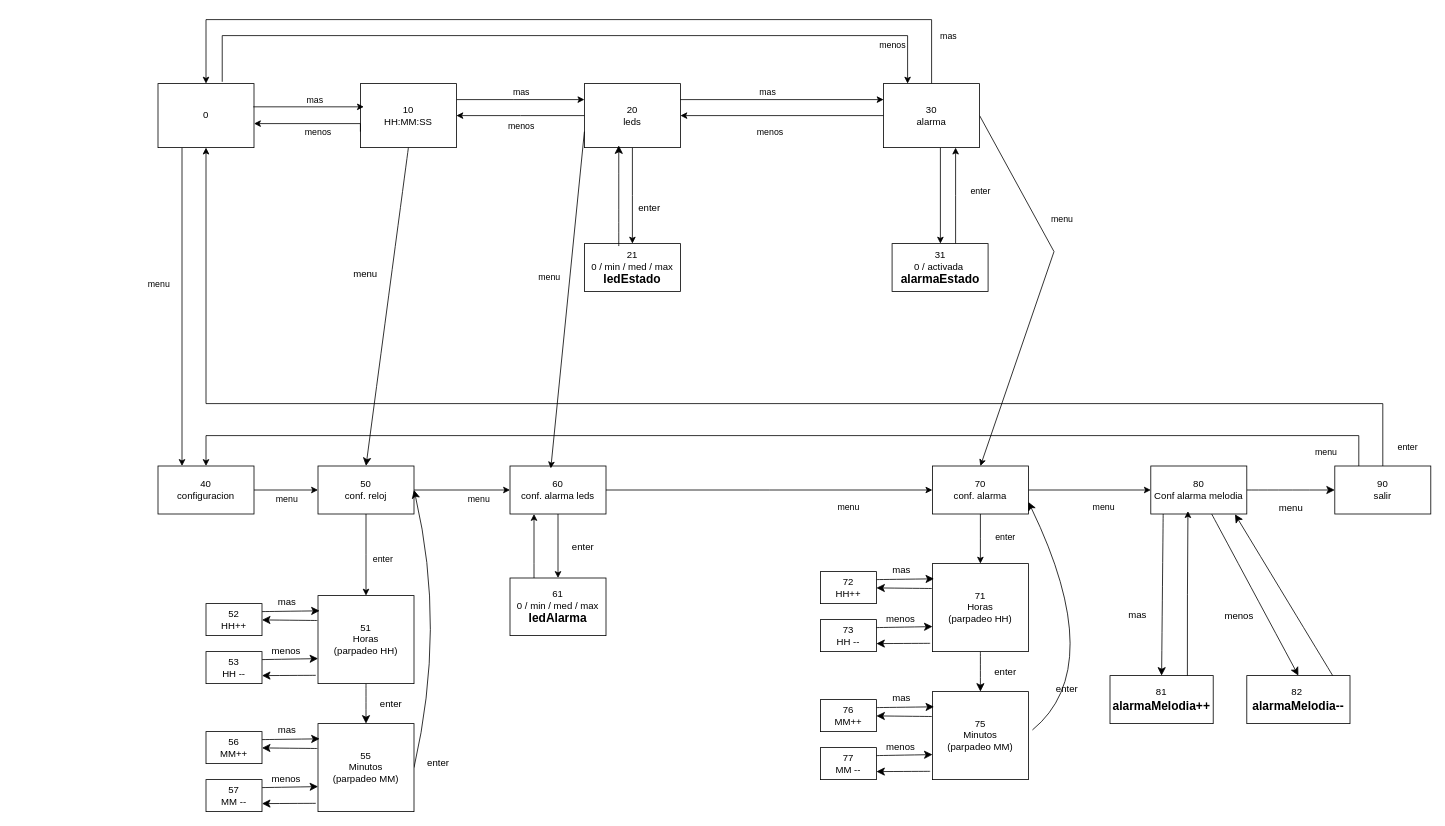
This is page "menu - maqEstados" (3 of 3) of despertadorSolar.drawio from jormiDev/despertadorSolar, a draw.io file, before an edit. Source tidied: cells renumbered, new cells numbered last; positions are measured from the earlier drawing's top-left corner, leaving out a move shared by most shapes. Both pictures are drawn from the tidied source at 80%, with x=0, y=0 at pixel (158, 19).
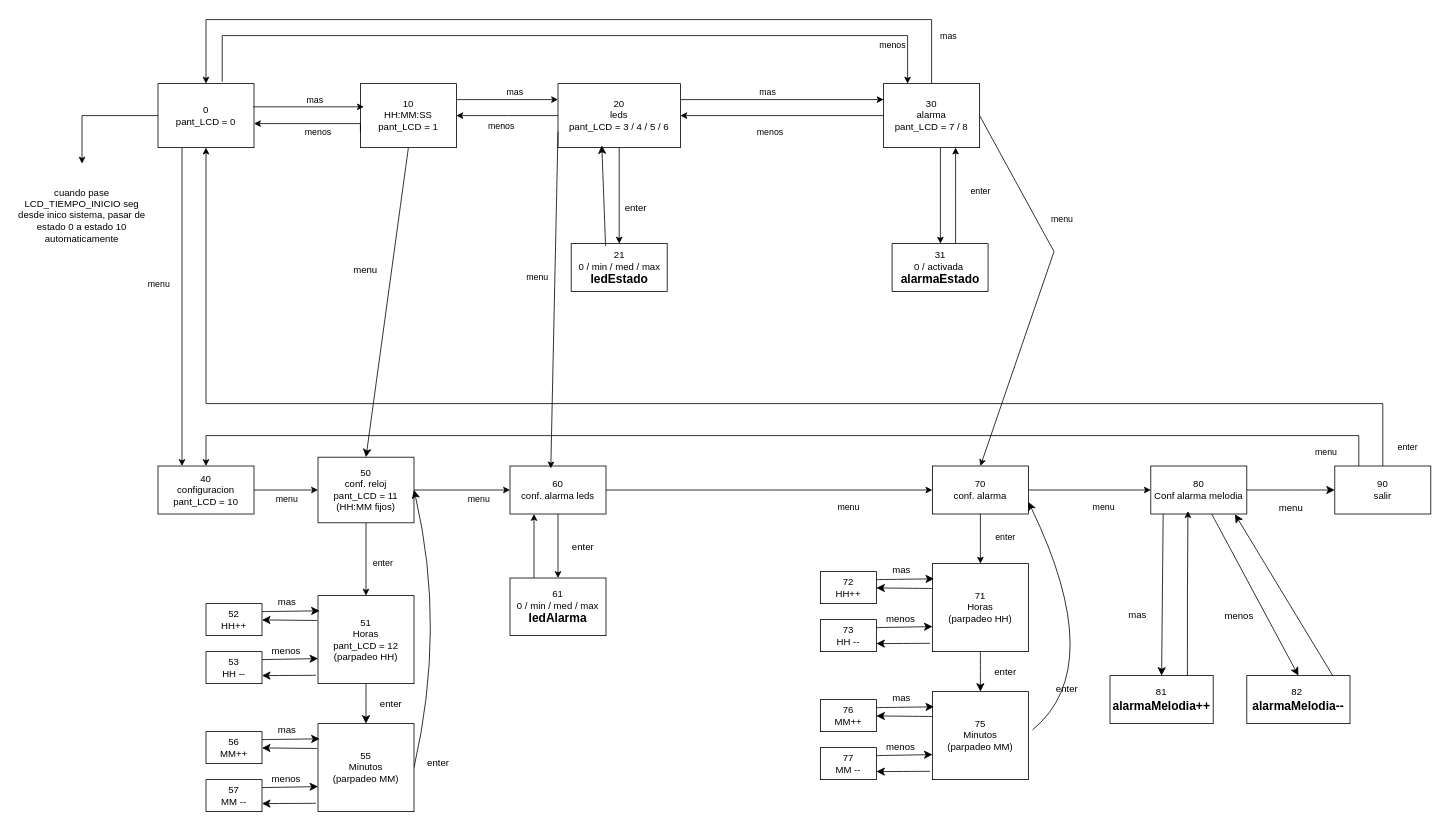
After the change.

Diff of the diagram source:
```diff
@@
+    <mxCell id="118" style="edgeStyle=orthogonalEdgeStyle;rounded=0;jettySize=auto;html=1;" parent="1" edge="1" source="6" target="119">
+      <mxGeometry relative="1" as="geometry" />
+    </mxCell>
-    <mxCell id="6" value="0" style="rounded=0;whiteSpace=wrap;html=1;" parent="1" vertex="1">
+    <mxCell id="6" value="0&lt;div&gt;pant_LCD = 0&lt;/div&gt;" style="rounded=0;whiteSpace=wrap;html=1;" parent="1" vertex="1">
       <mxGeometry y="80" width="120" height="80" as="geometry" />
     </mxCell>
@@
-    <mxCell id="9" value="10&lt;div&gt;HH:MM:SS&lt;/div&gt;" style="rounded=0;whiteSpace=wrap;html=1;" parent="1" vertex="1">
+    <mxCell id="9" value="10&lt;div&gt;HH:MM:SS&lt;/div&gt;&lt;div&gt;pant_LCD = 1&lt;/div&gt;" style="rounded=0;whiteSpace=wrap;html=1;" parent="1" vertex="1">
       <mxGeometry x="253" y="80" width="120" height="80" as="geometry" />
     </mxCell>
@@
-    <mxCell id="18" value="30&lt;div&gt;alarma&lt;/div&gt;" style="rounded=0;whiteSpace=wrap;html=1;" parent="1" vertex="1">
+    <mxCell id="18" value="30&lt;div&gt;alarma&lt;/div&gt;&lt;div&gt;pant_LCD = 7 / 8&lt;/div&gt;" style="rounded=0;whiteSpace=wrap;html=1;" parent="1" vertex="1">
       <mxGeometry x="907" y="80" width="120" height="80" as="geometry" />
     </mxCell>
@@
-    <mxCell id="23" value="20&lt;div&gt;leds&lt;/div&gt;" style="rounded=0;whiteSpace=wrap;html=1;" parent="1" vertex="1">
-      <mxGeometry x="533" y="80" width="120" height="80" as="geometry" />
+    <mxCell id="23" value="20&lt;div&gt;leds&lt;/div&gt;&lt;div&gt;pant_LCD = 3 / 4 / 5 / 6&lt;/div&gt;" style="rounded=0;whiteSpace=wrap;html=1;" parent="1" vertex="1">
+      <mxGeometry x="500" y="80" width="153" height="80" as="geometry" />
     </mxCell>
@@
-    <mxCell id="26" value="40&lt;div&gt;configuracion&lt;/div&gt;" style="rounded=0;whiteSpace=wrap;html=1;" parent="1" vertex="1">
+    <mxCell id="26" value="40&lt;div&gt;configuracion&lt;/div&gt;&lt;div&gt;pant_LCD = 10&lt;/div&gt;" style="rounded=0;whiteSpace=wrap;html=1;" parent="1" vertex="1">
       <mxGeometry y="558" width="120" height="60" as="geometry" />
     </mxCell>
@@
     <mxCell id="29" value="21&lt;div&gt;0 / min / med / max&lt;/div&gt;&lt;div&gt;&lt;b&gt;&lt;font style=&quot;font-size: 15px;&quot;&gt;ledEstado&lt;/font&gt;&lt;/b&gt;&lt;/div&gt;" style="rounded=0;whiteSpace=wrap;html=1;" parent="1" vertex="1">
-      <mxGeometry x="533" y="280" width="120" height="60" as="geometry" />
+      <mxGeometry x="516.5" y="280" width="120" height="60" as="geometry" />
     </mxCell>
@@
-    <mxCell id="40" value="50&lt;br&gt;&lt;div&gt;conf. reloj&lt;/div&gt;" style="rounded=0;whiteSpace=wrap;html=1;" parent="1" vertex="1">
-      <mxGeometry x="200" y="558" width="120" height="60" as="geometry" />
+    <mxCell id="40" value="50&lt;br&gt;&lt;div&gt;conf. reloj&lt;/div&gt;&lt;div&gt;pant_LCD = 11&lt;/div&gt;&lt;div&gt;(HH:MM fijos)&lt;/div&gt;" style="rounded=0;whiteSpace=wrap;html=1;" parent="1" vertex="1">
+      <mxGeometry x="200" y="547" width="120" height="82" as="geometry" />
     </mxCell>
@@
-    <mxCell id="66" value="&lt;div&gt;51&lt;/div&gt;Horas&lt;div&gt;(parpadeo HH)&lt;/div&gt;" style="whiteSpace=wrap;html=1;rounded=0;" parent="1" vertex="1">
+    <mxCell id="66" value="&lt;div&gt;51&lt;/div&gt;Horas&lt;div&gt;pant_LCD = 12&lt;br&gt;&lt;div&gt;(parpadeo HH)&lt;/div&gt;&lt;/div&gt;" style="whiteSpace=wrap;html=1;rounded=0;" parent="1" vertex="1">
       <mxGeometry x="200" y="720" width="120" height="110" as="geometry" />
     </mxCell>
@@
+    <mxCell id="119" value="cuando pase LCD_TIEMPO_INICIO seg desde inico sistema, pasar de estado 0 a estado 10 automaticamente" style="text;strokeColor=none;align=center;fillColor=none;html=1;verticalAlign=middle;whiteSpace=wrap;rounded=0;" parent="1" vertex="1">
+      <mxGeometry x="-180" y="180" width="170" height="130" as="geometry" />
+    </mxCell>
```
